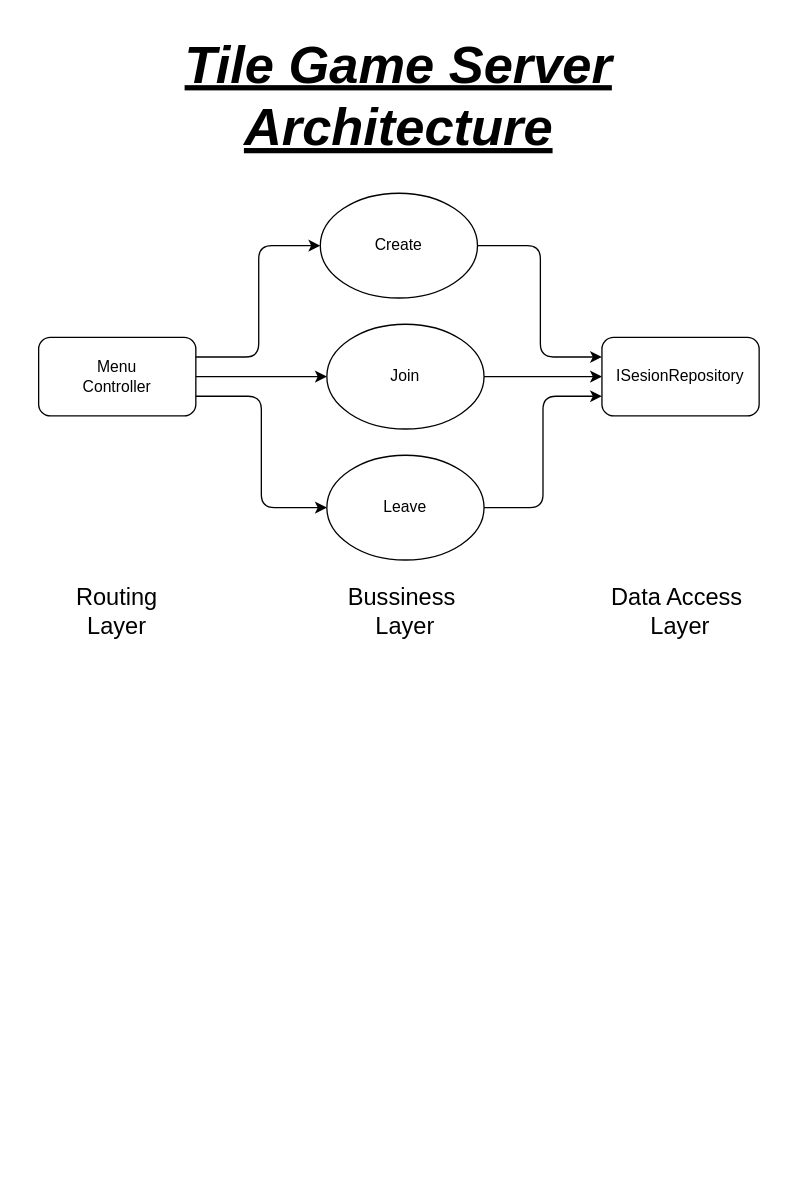
the-coolest-developers/TileGame-Core keeps this draw.io diagram as Diagrams/TileGameServer.drawio. Above is the earlier version. Source tidied: cells renumbered, new cells numbered last; positions are measured from the earlier drawing's top-left corner, leaving out a move shared by most shapes. Both pictures are drawn from the tidied source at 131%, with x=0, y=0 at pixel (31, 22).
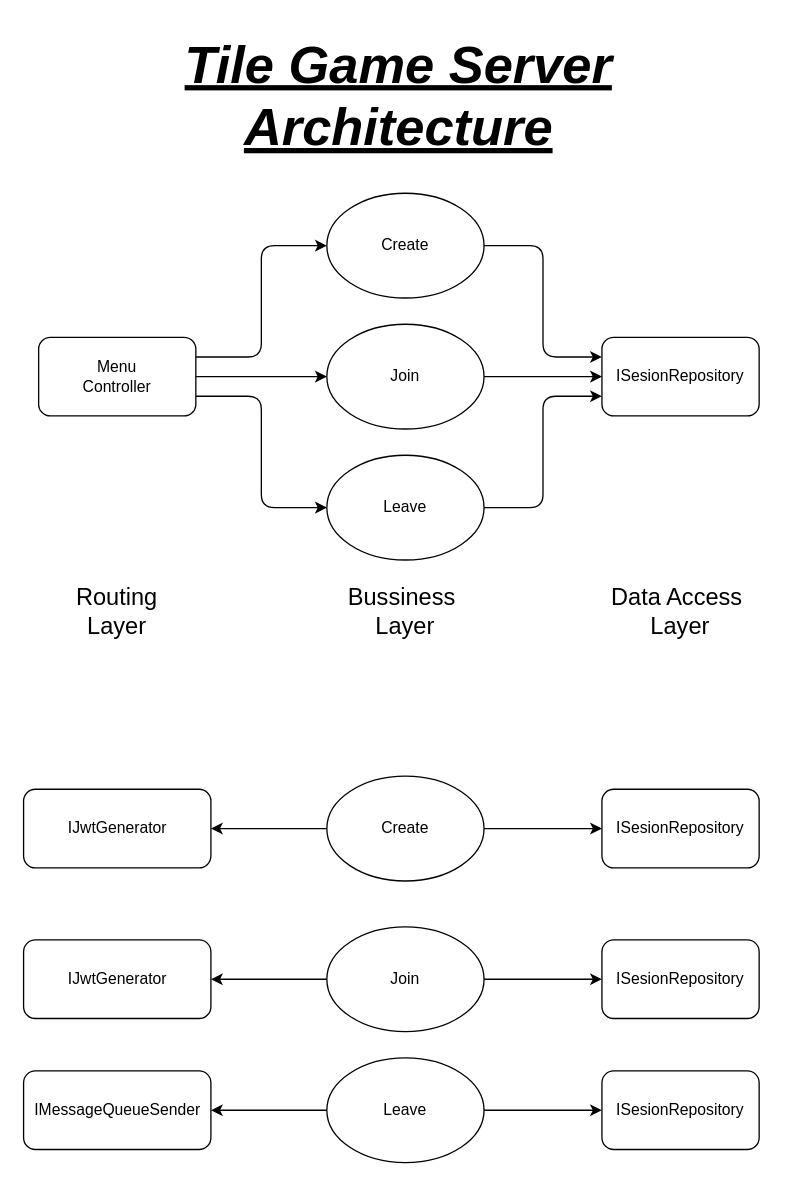
After the change.

The edit, as a diff of the source:
```diff
@@
     <mxCell id="6" value="Create" style="ellipse;whiteSpace=wrap;html=1;" parent="1" vertex="1">
-      <mxGeometry x="220" y="130" width="120" height="80" as="geometry" />
+      <mxGeometry x="225" y="130" width="120" height="80" as="geometry" />
     </mxCell>
@@
+    <mxCell id="18" style="edgeStyle=orthogonalEdgeStyle;rounded=0;jettySize=auto;html=1;" parent="1" edge="1" source="20" target="22">
+      <mxGeometry relative="1" as="geometry" />
+    </mxCell>
+    <mxCell id="19" style="edgeStyle=orthogonalEdgeStyle;rounded=0;jettySize=auto;html=1;" parent="1" edge="1" source="20" target="21">
+      <mxGeometry relative="1" as="geometry" />
+    </mxCell>
+    <mxCell id="20" value="Create" style="ellipse;whiteSpace=wrap;html=1;" parent="1" vertex="1">
+      <mxGeometry x="225" y="575" width="120" height="80" as="geometry" />
+    </mxCell>
+    <mxCell id="21" value="IJwtGenerator" style="rounded=1;whiteSpace=wrap;html=1;" parent="1" vertex="1">
+      <mxGeometry x="-6.5" y="585" width="143" height="60" as="geometry" />
+    </mxCell>
+    <mxCell id="22" value="ISesionRepository" style="rounded=1;whiteSpace=wrap;html=1;" parent="1" vertex="1">
+      <mxGeometry x="435" y="585" width="120" height="60" as="geometry" />
+    </mxCell>
+    <mxCell id="23" style="edgeStyle=orthogonalEdgeStyle;rounded=0;jettySize=auto;html=1;" parent="1" edge="1" source="25" target="27">
+      <mxGeometry relative="1" as="geometry" />
+    </mxCell>
+    <mxCell id="24" style="edgeStyle=orthogonalEdgeStyle;rounded=0;jettySize=auto;html=1;" parent="1" edge="1" source="25" target="26">
+      <mxGeometry relative="1" as="geometry" />
+    </mxCell>
+    <mxCell id="25" value="Join" style="ellipse;whiteSpace=wrap;html=1;" parent="1" vertex="1">
+      <mxGeometry x="225" y="690" width="120" height="80" as="geometry" />
+    </mxCell>
+    <mxCell id="26" value="IJwtGenerator" style="rounded=1;whiteSpace=wrap;html=1;" parent="1" vertex="1">
+      <mxGeometry x="-6.5" y="700" width="143" height="60" as="geometry" />
+    </mxCell>
+    <mxCell id="27" value="ISesionRepository" style="rounded=1;whiteSpace=wrap;html=1;" parent="1" vertex="1">
+      <mxGeometry x="435" y="700" width="120" height="60" as="geometry" />
+    </mxCell>
+    <mxCell id="28" style="edgeStyle=orthogonalEdgeStyle;rounded=0;jettySize=auto;html=1;" parent="1" edge="1" source="30" target="32">
+      <mxGeometry relative="1" as="geometry" />
+    </mxCell>
+    <mxCell id="29" style="edgeStyle=orthogonalEdgeStyle;rounded=0;jettySize=auto;html=1;" parent="1" edge="1" source="30" target="31">
+      <mxGeometry relative="1" as="geometry" />
+    </mxCell>
+    <mxCell id="30" value="Leave" style="ellipse;whiteSpace=wrap;html=1;" parent="1" vertex="1">
+      <mxGeometry x="225" y="790" width="120" height="80" as="geometry" />
+    </mxCell>
+    <mxCell id="31" value="IMessageQueueSender" style="rounded=1;whiteSpace=wrap;html=1;" parent="1" vertex="1">
+      <mxGeometry x="-6.5" y="800" width="143" height="60" as="geometry" />
+    </mxCell>
+    <mxCell id="32" value="ISesionRepository" style="rounded=1;whiteSpace=wrap;html=1;" parent="1" vertex="1">
+      <mxGeometry x="435" y="800" width="120" height="60" as="geometry" />
+    </mxCell>
```
